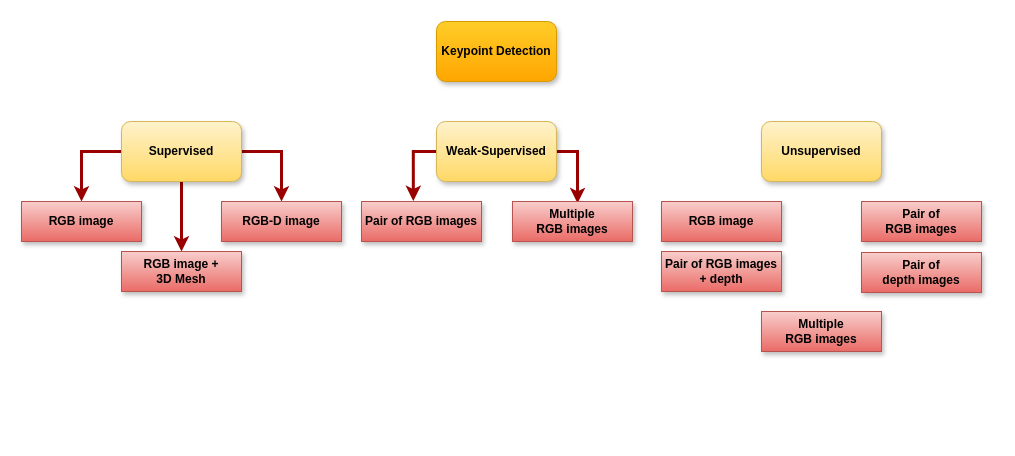
Earlier version of the draw.io diagram Untitled Diagram.drawio (Mike335207/work). Source tidied: cells renumbered, new cells numbered last; positions are measured from the earlier drawing's top-left corner, leaving out a move shared by most shapes. Both pictures are drawn from the tidied source at 100%, with x=0, y=0 at pixel (21, 21).
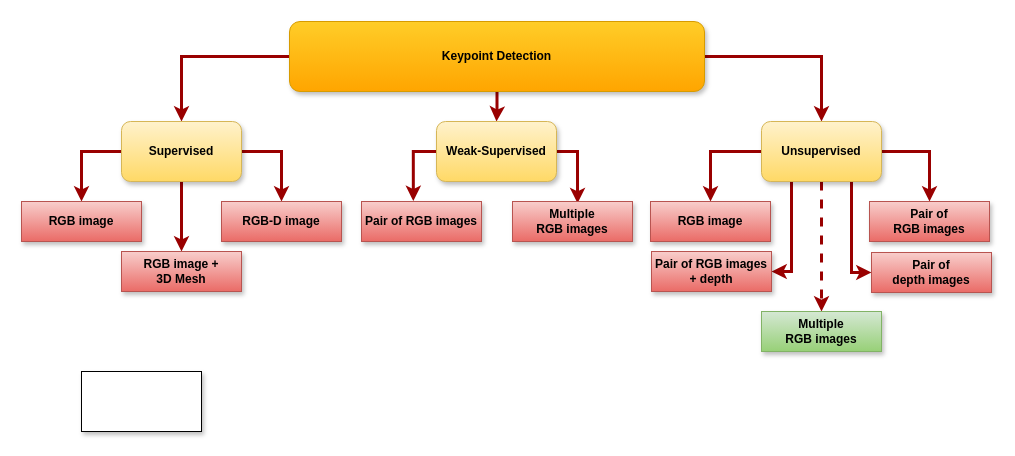
After the change.

Unchanged cells that the change refers to:
```xml
<mxCell id="6" value="Supervised" style="rounded=1;whiteSpace=wrap;html=1;fillColor=#fff2cc;strokeColor=#d6b656;fontStyle=1;gradientColor=#ffd966;shadow=1;comic=0;glass=0;" parent="1" vertex="1">
  <mxGeometry x="100" y="100" width="120" height="60" as="geometry" />
</mxCell>
<mxCell id="7" value="Unsupervised" style="rounded=1;whiteSpace=wrap;html=1;fillColor=#fff2cc;strokeColor=#d6b656;fontStyle=1;gradientColor=#ffd966;shadow=1;" parent="1" vertex="1">
  <mxGeometry x="740" y="100" width="120" height="60" as="geometry" />
</mxCell>
<mxCell id="10" value="Weak-Supervised" style="rounded=1;whiteSpace=wrap;html=1;fillColor=#fff2cc;strokeColor=#d6b656;fontStyle=1;gradientColor=#ffd966;shadow=1;" parent="1" vertex="1">
  <mxGeometry x="415" y="100" width="120" height="60" as="geometry" />
</mxCell>
```

Diff of the diagram source:
```diff
@@
+    <mxCell id="21" style="edgeStyle=orthogonalEdgeStyle;rounded=0;jettySize=auto;html=1;entryX=0.5;entryY=0;entryDx=0;entryDy=0;strokeColor=#990000;strokeWidth=3;" parent="1" edge="1" source="2" target="10">
+      <mxGeometry relative="1" as="geometry" />
+    </mxCell>
+    <mxCell id="22" style="edgeStyle=orthogonalEdgeStyle;rounded=0;jettySize=auto;html=1;exitX=1;exitY=0.5;exitDx=0;exitDy=0;entryX=0.5;entryY=0;entryDx=0;entryDy=0;strokeColor=#990000;strokeWidth=3;" parent="1" edge="1" source="2" target="7">
+      <mxGeometry relative="1" as="geometry" />
+    </mxCell>
+    <mxCell id="23" style="edgeStyle=orthogonalEdgeStyle;rounded=0;jettySize=auto;html=1;strokeColor=#990000;strokeWidth=3;" parent="1" edge="1" source="2" target="6">
+      <mxGeometry relative="1" as="geometry" />
+    </mxCell>
     <mxCell id="2" value="Keypoint Detection" style="rounded=1;whiteSpace=wrap;html=1;fillColor=#ffcd28;strokeColor=#d79b00;fontStyle=1;gradientColor=#ffa500;shadow=1;" parent="1" vertex="1">
-      <mxGeometry x="415" width="120" height="60" as="geometry" />
+      <mxGeometry x="268" width="415" height="70" as="geometry" />
     </mxCell>
@@
+    <mxCell id="24" style="edgeStyle=orthogonalEdgeStyle;rounded=0;jettySize=auto;html=1;exitX=0;exitY=0.5;exitDx=0;exitDy=0;strokeColor=#990000;strokeWidth=3;" parent="1" edge="1" source="7" target="16">
+      <mxGeometry relative="1" as="geometry" />
+    </mxCell>
+    <mxCell id="25" style="edgeStyle=orthogonalEdgeStyle;rounded=0;jettySize=auto;html=1;exitX=1;exitY=0.5;exitDx=0;exitDy=0;entryX=0.5;entryY=0;entryDx=0;entryDy=0;strokeColor=#990000;strokeWidth=3;" parent="1" edge="1" source="7" target="17">
+      <mxGeometry relative="1" as="geometry" />
+    </mxCell>
+    <mxCell id="26" style="edgeStyle=orthogonalEdgeStyle;rounded=0;jettySize=auto;html=1;exitX=0.25;exitY=1;exitDx=0;exitDy=0;entryX=1;entryY=0.5;entryDx=0;entryDy=0;strokeColor=#990000;strokeWidth=3;" parent="1" edge="1" source="7" target="18">
+      <mxGeometry relative="1" as="geometry" />
+    </mxCell>
+    <mxCell id="27" style="edgeStyle=orthogonalEdgeStyle;rounded=0;jettySize=auto;html=1;exitX=0.75;exitY=1;exitDx=0;exitDy=0;entryX=0;entryY=0.5;entryDx=0;entryDy=0;strokeColor=#990000;strokeWidth=3;" parent="1" edge="1" source="7" target="19">
+      <mxGeometry relative="1" as="geometry" />
+    </mxCell>
+    <mxCell id="28" style="edgeStyle=orthogonalEdgeStyle;rounded=0;jettySize=auto;html=1;exitX=0.5;exitY=1;exitDx=0;exitDy=0;entryX=0.5;entryY=0;entryDx=0;entryDy=0;strokeColor=#990000;strokeWidth=3;dashed=1;" parent="1" edge="1" source="7" target="20">
+      <mxGeometry relative="1" as="geometry" />
+    </mxCell>
@@
     <mxCell id="16" value="RGB image" style="rounded=0;whiteSpace=wrap;html=1;gradientColor=#ea6b66;fillColor=#f8cecc;strokeColor=#b85450;fontStyle=1;shadow=1;" parent="1" vertex="1">
-      <mxGeometry x="640" y="180" width="120" height="40" as="geometry" />
+      <mxGeometry x="629" y="180" width="120" height="40" as="geometry" />
     </mxCell>
     <mxCell id="17" value="&lt;div&gt;Pair of &lt;br&gt;&lt;/div&gt;&lt;div&gt;RGB images&lt;/div&gt;" style="rounded=0;whiteSpace=wrap;html=1;gradientColor=#ea6b66;fillColor=#f8cecc;strokeColor=#b85450;fontStyle=1;shadow=1;" parent="1" vertex="1">
-      <mxGeometry x="840" y="180" width="120" height="40" as="geometry" />
+      <mxGeometry x="848" y="180" width="120" height="40" as="geometry" />
     </mxCell>
     <mxCell id="18" value="Pair of RGB images + depth" style="rounded=0;whiteSpace=wrap;html=1;gradientColor=#ea6b66;fillColor=#f8cecc;strokeColor=#b85450;fontStyle=1;shadow=1;" parent="1" vertex="1">
-      <mxGeometry x="640" y="230" width="120" height="40" as="geometry" />
+      <mxGeometry x="630" y="230" width="120" height="40" as="geometry" />
     </mxCell>
     <mxCell id="19" value="&lt;div&gt;Pair of &lt;br&gt;&lt;/div&gt;&lt;div&gt;depth images&lt;/div&gt;" style="rounded=0;whiteSpace=wrap;html=1;gradientColor=#ea6b66;fillColor=#f8cecc;strokeColor=#b85450;fontStyle=1;shadow=1;" parent="1" vertex="1">
-      <mxGeometry x="840" y="231" width="120" height="40" as="geometry" />
+      <mxGeometry x="850" y="231" width="120" height="40" as="geometry" />
     </mxCell>
-    <mxCell id="20" value="&lt;div&gt;Multiple&lt;/div&gt;&lt;div&gt; RGB images&lt;/div&gt;" style="rounded=0;whiteSpace=wrap;html=1;gradientColor=#ea6b66;fillColor=#f8cecc;strokeColor=#b85450;fontStyle=1;shadow=1;" parent="1" vertex="1">
+    <mxCell id="20" value="&lt;div&gt;Multiple&lt;/div&gt;&lt;div&gt; RGB images&lt;/div&gt;" style="rounded=0;whiteSpace=wrap;html=1;gradientColor=#97d077;fillColor=#d5e8d4;strokeColor=#82b366;fontStyle=1;shadow=1;" parent="1" vertex="1">
       <mxGeometry x="740" y="290" width="120" height="40" as="geometry" />
     </mxCell>
+    <mxCell id="29" style="rounded=0;whiteSpace=wrap;html=1;shadow=1;glass=0;comic=0;" parent="1" vertex="1">
+      <mxGeometry x="60" y="350" width="120" height="60" as="geometry" />
+    </mxCell>
```
